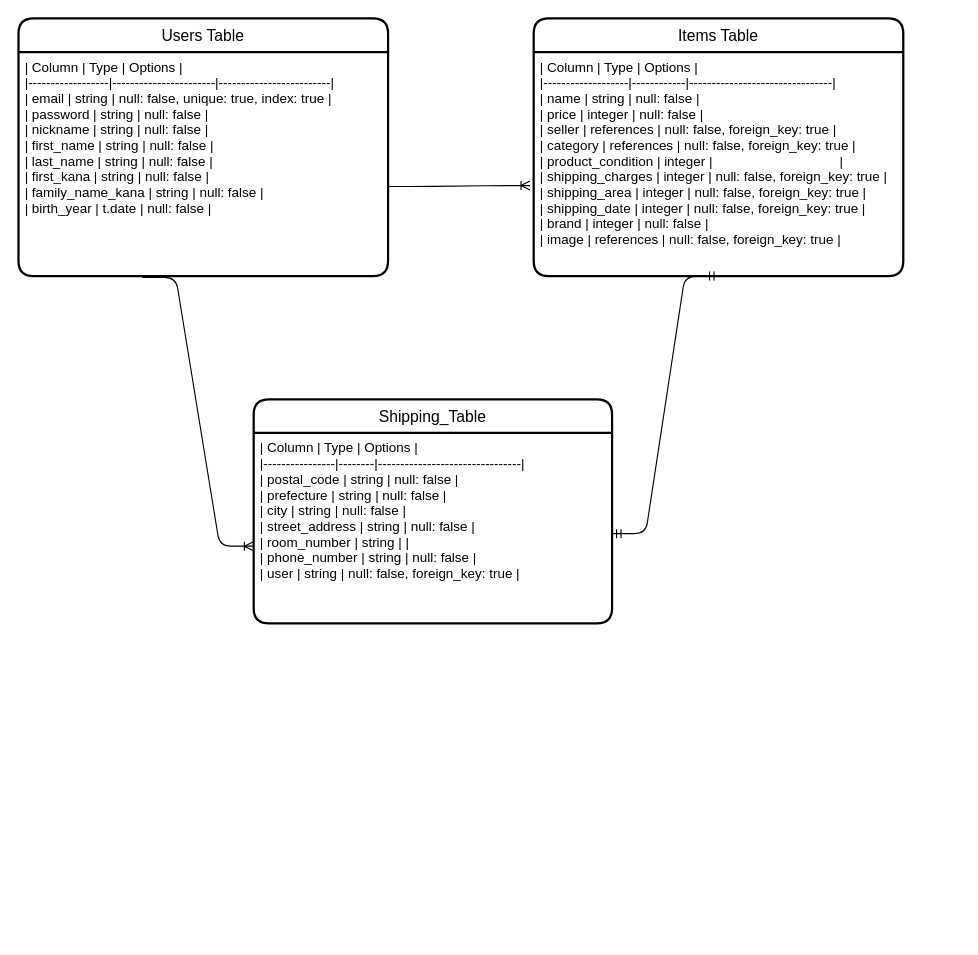
The draw.io diagram app/models/furima.dio in suzusho-a/furima-34551, before the edit. Source tidied: cells renumbered, new cells numbered last; positions are measured from the earlier drawing's top-left corner, leaving out a move shared by most shapes. Both pictures are drawn from the tidied source at 112%, with x=0, y=0 at pixel (18, 18).
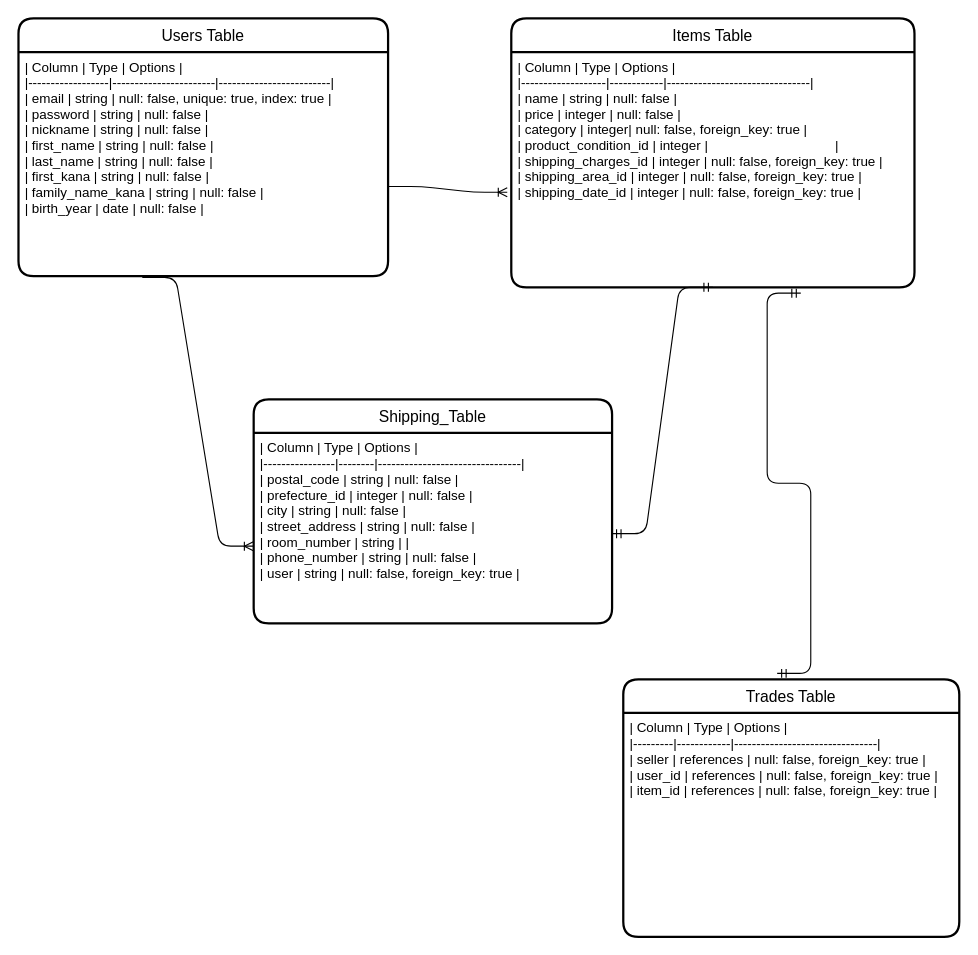
The same diagram, later.

Commit message (it also covers changes not shown here):
修正箇所の修正

Diff of the diagram source:
```diff
@@
 <mxGraphModel>
   <root>
     <mxCell id="0" />
     <mxCell id="1" parent="0" />
     <mxCell id="2" value="Users Table" style="swimlane;horizontal=1;startSize=30;rounded=1;fontSize=14;fontStyle=0;strokeWidth=2;shadow=0;dashed=0;align=center;" parent="1" vertex="1">
       <mxGeometry width="330" height="230" as="geometry" />
     </mxCell>
-    <mxCell id="3" value="| Column           | Type                  | Options                                  |&#10;|------------------|-----------------------|-------------------------|&#10;| email            | string                | null: false, unique: true, index: true   |&#10;| password         | string                | null: false                              |&#10;| nickname         | string                | null: false                              |&#10;| first_name       | string                | null: false                              |&#10;| last_name        | string                | null: false                              |&#10;| first_kana       | string                | null: false                              |&#10;| family_name_kana | string                | null: false                              |&#10;| birth_year       | t.date                | null: false                              |" style="align=left;strokeColor=none;fillColor=none;spacingLeft=4;fontSize=12;verticalAlign=top;" parent="2" vertex="1">
+    <mxCell id="3" value="| Column           | Type                  | Options                                  |&#10;|------------------|-----------------------|-------------------------|&#10;| email            | string                | null: false, unique: true, index: true   |&#10;| password         | string                | null: false                              |&#10;| nickname         | string                | null: false                              |&#10;| first_name       | string                | null: false                              |&#10;| last_name        | string                | null: false                              |&#10;| first_kana       | string                | null: false                              |&#10;| family_name_kana | string                | null: false                              |&#10;| birth_year       | date                | null: false                              |" style="align=left;strokeColor=none;fillColor=none;spacingLeft=4;fontSize=12;verticalAlign=top;" parent="2" vertex="1">
       <mxGeometry y="30" width="330" height="200" as="geometry" />
     </mxCell>
     <mxCell id="4" value="Items Table" style="swimlane;horizontal=1;startSize=30;rounded=1;fontSize=14;fontStyle=0;strokeWidth=2;shadow=0;dashed=0;align=center;" parent="1" vertex="1">
-      <mxGeometry x="460" width="330" height="230" as="geometry" />
+      <mxGeometry x="440" width="360" height="240" as="geometry" />
     </mxCell>
-    <mxCell id="5" value="| Column            | Type       | Options                        |&#10;|-------------------|------------|--------------------------------|&#10;| name              | string     | null: false                    |&#10;| price             | integer    | null: false                    |&#10;| seller            | references | null: false, foreign_key: true |&#10;| category          | references | null: false, foreign_key: true |&#10;| product_condition | integer    |                                  |&#10;| shipping_charges  | integer    | null: false, foreign_key: true |&#10;| shipping_area     | integer    | null: false, foreign_key: true |&#10;| shipping_date     | integer    | null: false, foreign_key: true |&#10;| brand             | integer    | null: false                    |&#10;| image             | references | null: false, foreign_key: true |" style="align=left;strokeColor=none;fillColor=none;spacingLeft=4;fontSize=12;verticalAlign=top;" parent="4" vertex="1">
-      <mxGeometry y="30" width="330" height="200" as="geometry" />
+    <mxCell id="5" value="| Column            | Type       | Options                        |&#10;|-------------------|------------|--------------------------------|&#10;| name              | string     | null: false                    |&#10;| price             | integer    | null: false                    |&#10;| category          | integer| null: false, foreign_key: true |&#10;| product_condition_id | integer    |                                  |&#10;| shipping_charges_id | integer    | null: false, foreign_key: true |&#10;| shipping_area_id | integer    | null: false, foreign_key: true |&#10;| shipping_date_id | integer    | null: false, foreign_key: true |" style="align=left;strokeColor=none;fillColor=none;spacingLeft=4;fontSize=12;verticalAlign=top;" parent="4" vertex="1">
+      <mxGeometry y="30" width="360" height="210" as="geometry" />
     </mxCell>
     <mxCell id="6" value="Shipping_Table" style="swimlane;horizontal=1;startSize=30;rounded=1;fontSize=14;fontStyle=0;strokeWidth=2;shadow=0;dashed=0;align=center;" parent="1" vertex="1">
       <mxGeometry x="210" y="340" width="320" height="200" as="geometry" />
     </mxCell>
-    <mxCell id="7" value="| Column         | Type   | Options                        |&#10;|----------------|--------|--------------------------------|&#10;| postal_code    | string | null: false                    |&#10;| prefecture     | string | null: false                    |&#10;| city           | string | null: false                    |&#10;| street_address | string | null: false                    |&#10;| room_number    | string |                                |&#10;| phone_number   | string | null: false                    |&#10;| user           | string | null: false, foreign_key: true |" style="align=left;strokeColor=none;fillColor=none;spacingLeft=4;fontSize=12;verticalAlign=top;" parent="6" vertex="1">
+    <mxCell id="7" value="| Column         | Type   | Options                        |&#10;|----------------|--------|--------------------------------|&#10;| postal_code    | string | null: false                    |&#10;| prefecture_id | integer | null: false                    |&#10;| city           | string | null: false                    |&#10;| street_address | string | null: false                    |&#10;| room_number    | string |                                |&#10;| phone_number   | string | null: false                    |&#10;| user           | string | null: false, foreign_key: true |" style="align=left;strokeColor=none;fillColor=none;spacingLeft=4;fontSize=12;verticalAlign=top;" parent="6" vertex="1">
       <mxGeometry y="30" width="320" height="170" as="geometry" />
     </mxCell>
     <mxCell id="8" style="edgeStyle=entityRelationEdgeStyle;fontSize=12;html=1;endArrow=ERoneToMany;entryX=-0.01;entryY=0.596;entryDx=0;entryDy=0;entryPerimeter=0;" parent="1" edge="1" target="5">
       <mxGeometry relative="1" as="geometry">
         <mxPoint x="330" y="150" as="sourcePoint" />
       </mxGeometry>
     </mxCell>
     <mxCell id="9" style="edgeStyle=entityRelationEdgeStyle;fontSize=12;html=1;endArrow=ERoneToMany;exitX=0.335;exitY=1.006;exitDx=0;exitDy=0;exitPerimeter=0;entryX=-0.001;entryY=0.595;entryDx=0;entryDy=0;entryPerimeter=0;" parent="1" edge="1" source="3" target="7">
       <mxGeometry relative="1" as="geometry" />
     </mxCell>
     <mxCell id="10" style="edgeStyle=entityRelationEdgeStyle;fontSize=12;html=1;endArrow=ERmandOne;startArrow=ERmandOne;entryX=0.5;entryY=1;entryDx=0;entryDy=0;" parent="1" edge="1" target="5">
       <mxGeometry relative="1" as="geometry">
         <mxPoint x="530" y="460" as="sourcePoint" />
       </mxGeometry>
     </mxCell>
+    <mxCell id="11" value="Trades Table" style="swimlane;horizontal=1;startSize=30;rounded=1;fontSize=14;fontStyle=0;strokeWidth=2;shadow=0;dashed=0;align=center;" parent="1" vertex="1">
+      <mxGeometry x="540" y="590" width="300" height="230" as="geometry" />
+    </mxCell>
+    <mxCell id="12" value="| Column  | Type       | Options                        |&#10;|---------|------------|--------------------------------|&#10;| seller  | references | null: false, foreign_key: true |&#10;| user_id | references | null: false, foreign_key: true |&#10;| item_id | references | null: false, foreign_key: true |" style="align=left;strokeColor=none;fillColor=none;spacingLeft=4;fontSize=12;verticalAlign=top;" parent="11" vertex="1">
+      <mxGeometry y="30" width="300" height="200" as="geometry" />
+    </mxCell>
+    <mxCell id="13" style="edgeStyle=entityRelationEdgeStyle;fontSize=12;html=1;endArrow=ERmandOne;startArrow=ERmandOne;exitX=0.458;exitY=-0.023;exitDx=0;exitDy=0;exitPerimeter=0;entryX=0.718;entryY=1.025;entryDx=0;entryDy=0;entryPerimeter=0;" parent="1" edge="1" source="11" target="5">
+      <mxGeometry relative="1" as="geometry" />
+    </mxCell>
   </root>
 </mxGraphModel>
```
